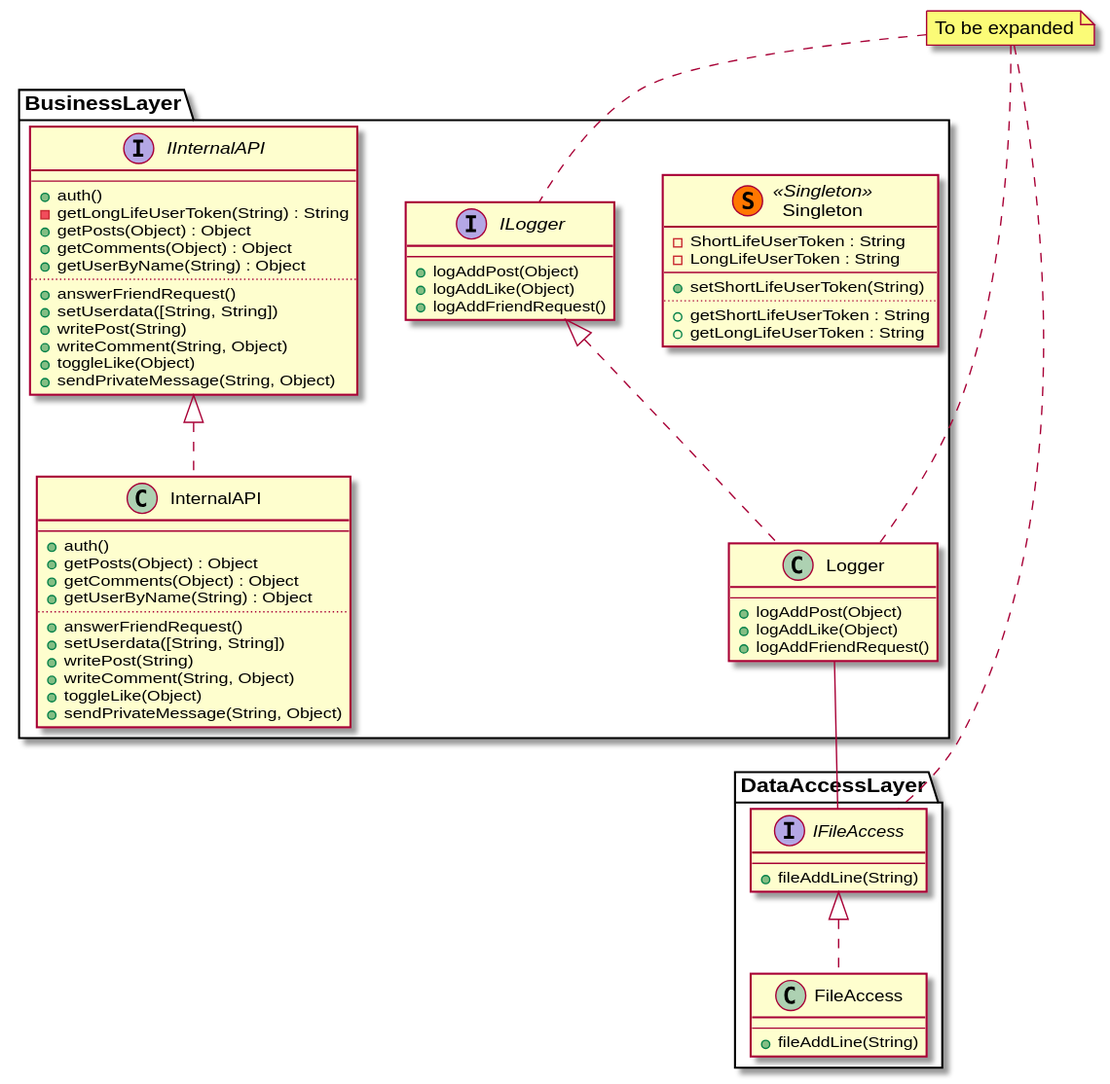
Before: documentation/Classes.svg, a diagram exported from PlantUML (5l1v3r1/SocialBot-1).
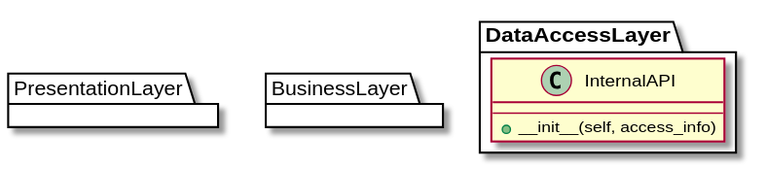
After the commit.

Commit message:
changed class-diagram

Diff of the diagram source:
```diff
@@ -1,82 +1,14 @@
 @startuml
+package PresentationLayer <<Folder>> {
+
+}
 package BusinessLayer <<Folder>> {
-  class Singleton << (S,#FF7700) Singleton >> {
-    - ShortLifeUserToken : String
-    - LongLifeUserToken : String
-    --
-    + setShortLifeUserToken(String)
-    ..
-    + getShortLifeUserToken : String
-    + getLongLifeUserToken : String
-  }
 
-  interface IInternalAPI {
-    --
-    + auth()
-    - getLongLifeUserToken(String) : String
-    + getPosts(Object) : Object
-    + getComments(Object) : Object
-    + getUserByName(String) : Object
-    ..
-    + answerFriendRequest()
-    + setUserdata([String, String])
-    + writePost(String)
-    + writeComment(String, Object)
-    + toggleLike(Object)
-    + sendPrivateMessage(String, Object)
-  }
-
+}
+package DataAccessLayer <<Folder>> {
   class InternalAPI {
     --
-    + auth()
-    + getPosts(Object) : Object
-    + getComments(Object) : Object
-    + getUserByName(String) : Object
-    ..
-    + answerFriendRequest()
-    + setUserdata([String, String])
-    + writePost(String)
-    + writeComment(String, Object)
-    + toggleLike(Object)
-    + sendPrivateMessage(String, Object)
-  }
-
-  interface ILogger {
-    --
-    + logAddPost(Object)
-    + logAddLike(Object)
-    + logAddFriendRequest()
-  }
-
-  class Logger {
-    --
-    + logAddPost(Object)
-    + logAddLike(Object)
-    + logAddFriendRequest()
+    + __init__(self, access_info)
   }
 }
-package DataAccessLayer <<Folder>> {
-  interface IFileAccess {
-    --
-    + fileAddLine(String)
-  }
-
-  class FileAccess {
-    --
-    + fileAddLine(String)
-  }
-}
-
-IInternalAPI <|.. InternalAPI
-ILogger <|.. Logger
-IFileAccess <|.. FileAccess
-
-Logger -- IFileAccess
-
-note "To be expanded" as TODO
-
-TODO .. ILogger
-TODO .. Logger
-TODO .. IFileAccess
-
 @enduml
```
